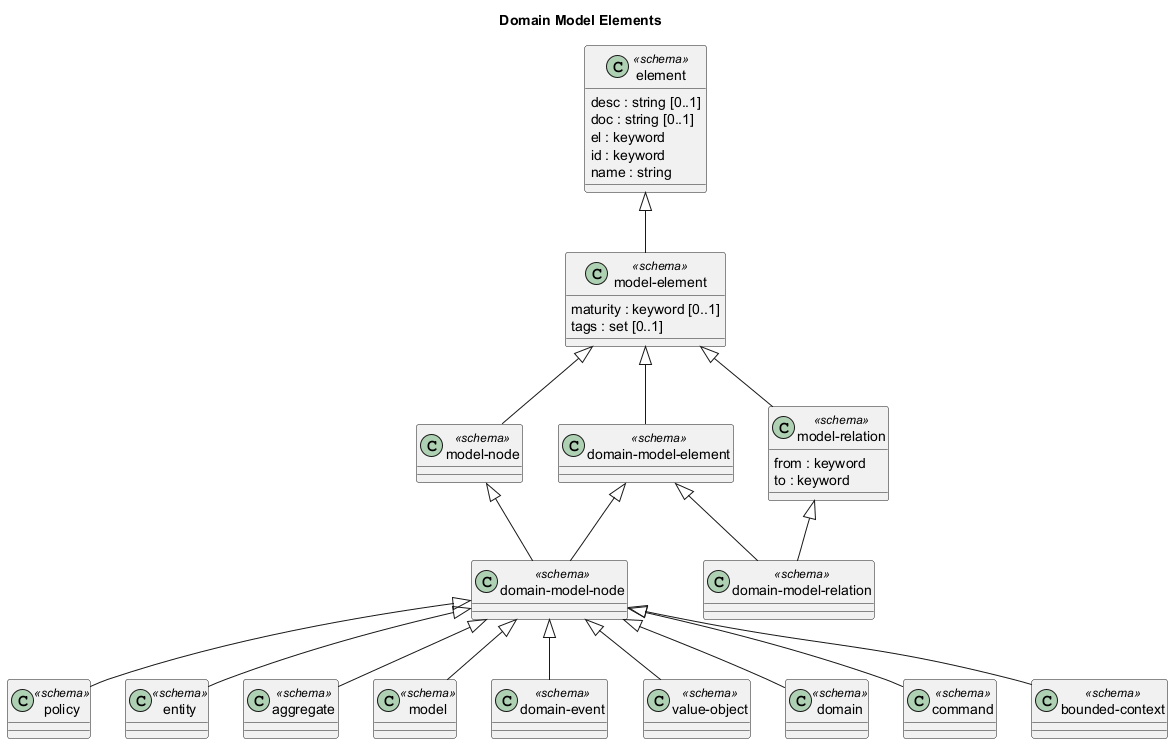
This is docs/overarch/data-model/domain-model-elements.png from soulspace-org/overarch, a PlantUML export, as it was before one commit.
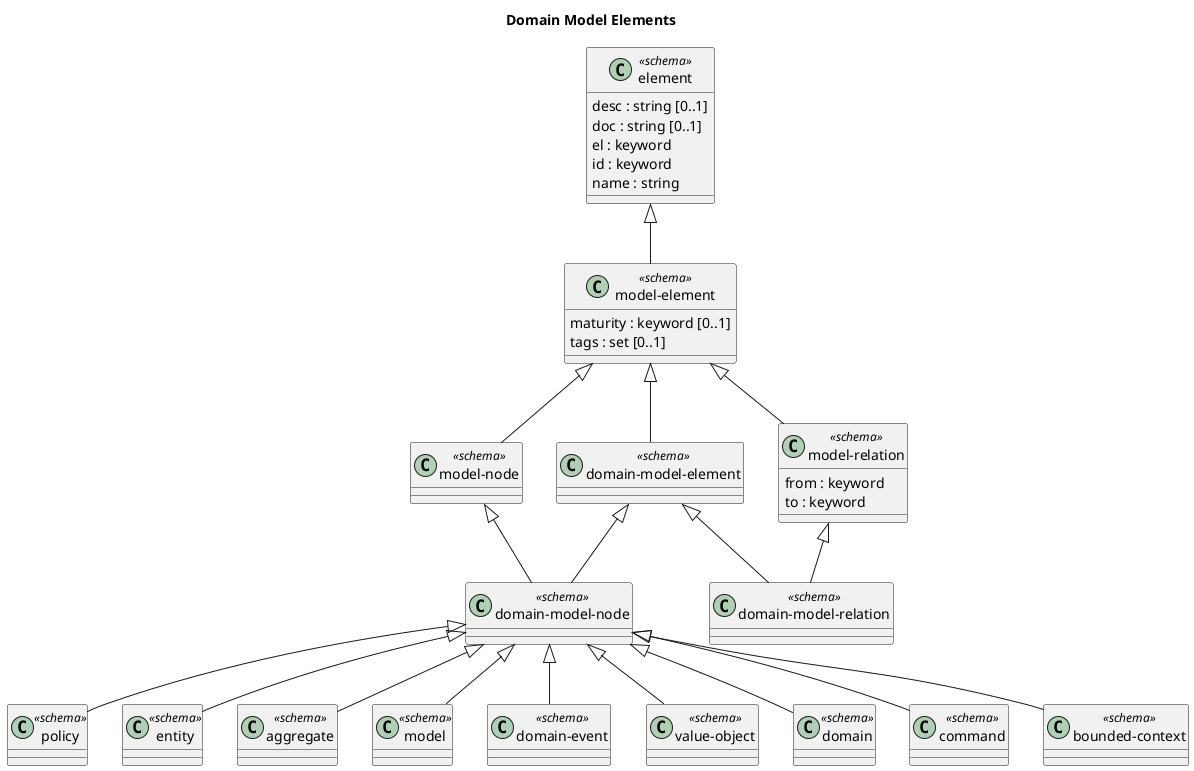
Above is the later version.

Change to the diagram source:
```diff
@@ -1,11 +1,17 @@
 @startuml domain-model-elements
 title Domain Model Elements
-class "policy" as overarch_dataModel_policy <<schema>> {}
-class "entity" as overarch_dataModel_entity <<schema>> {}
-class "aggregate" as overarch_dataModel_aggregate <<schema>> {}
-class "model" as overarch_dataModel_model <<schema>> {}
-class "domain-model-relation" as overarch_dataModel_domainModelRelation <<schema>> {}
-class "model-node" as overarch_dataModel_modelNode <<schema>> {}
+class "policy" as overarch_dataModel_policy <<schema>> {
+}
+class "entity" as overarch_dataModel_entity <<schema>> {
+}
+class "aggregate" as overarch_dataModel_aggregate <<schema>> {
+}
+class "model" as overarch_dataModel_model <<schema>> {
+}
+class "domain-model-relation" as overarch_dataModel_domainModelRelation <<schema>> {
+}
+class "model-node" as overarch_dataModel_modelNode <<schema>> {
+}
 class "element" as overarch_dataModel_element <<schema>> {
   desc : string [0..1]
   doc : string [0..1]
@@ -13,17 +19,24 @@
   id : keyword
   name : string
 }
-class "domain-event" as overarch_dataModel_domainEvent <<schema>> {}
+class "domain-event" as overarch_dataModel_domainEvent <<schema>> {
+}
 class "model-element" as overarch_dataModel_modelElement <<schema>> {
   maturity : keyword [0..1]
   tags : set [0..1]
 }
-class "value-object" as overarch_dataModel_valueObject <<schema>> {}
-class "domain-model-node" as overarch_dataModel_domainModelNode <<schema>> {}
-class "domain-model-element" as overarch_dataModel_domainModelElement <<schema>> {}
-class "domain" as overarch_dataModel_domain <<schema>> {}
-class "command" as overarch_dataModel_command <<schema>> {}
-class "bounded-context" as overarch_dataModel_boundedContext <<schema>> {}
+class "value-object" as overarch_dataModel_valueObject <<schema>> {
+}
+class "domain-model-node" as overarch_dataModel_domainModelNode <<schema>> {
+}
+class "domain-model-element" as overarch_dataModel_domainModelElement <<schema>> {
+}
+class "domain" as overarch_dataModel_domain <<schema>> {
+}
+class "command" as overarch_dataModel_command <<schema>> {
+}
+class "bounded-context" as overarch_dataModel_boundedContext <<schema>> {
+}
 class "model-relation" as overarch_dataModel_modelRelation <<schema>> {
   from : keyword
   to : keyword
```
